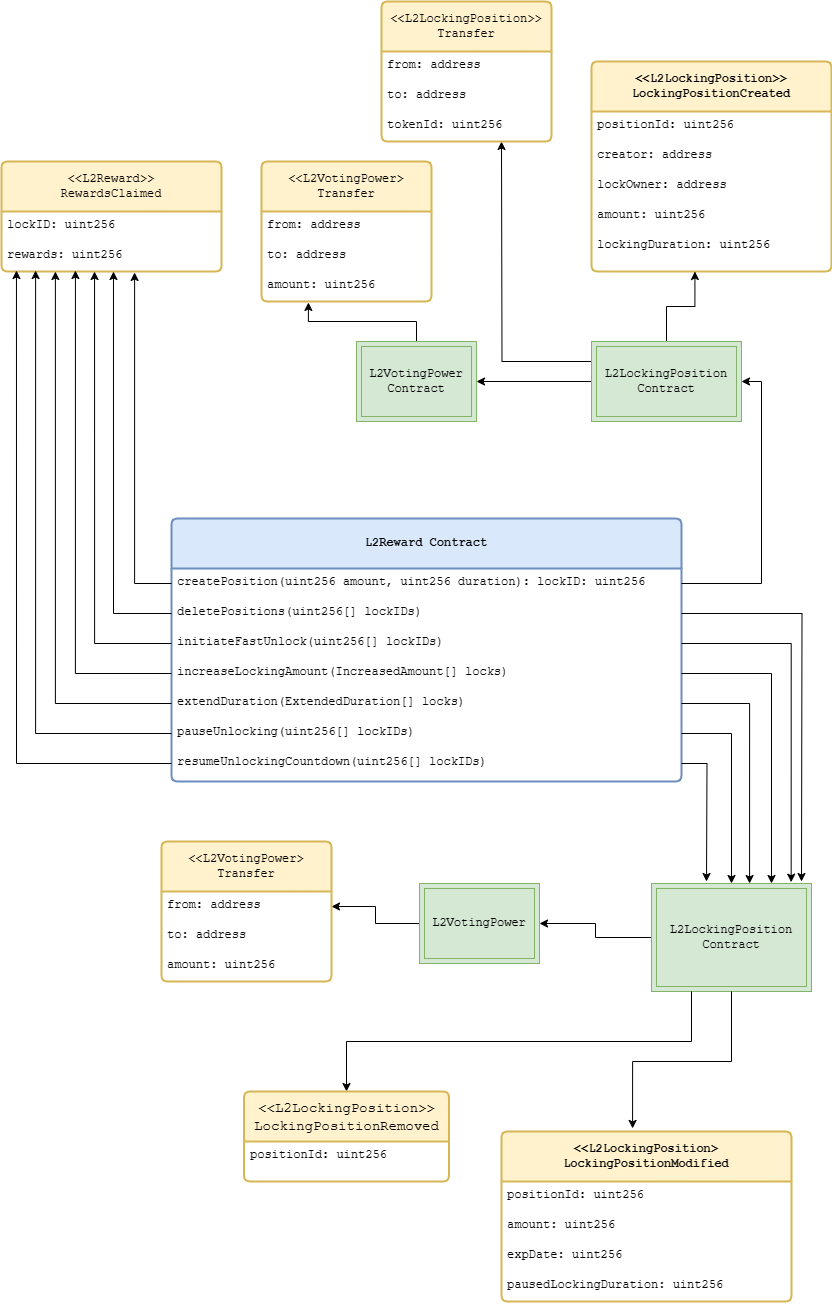
Earlier version of the draw.io export documentation/diagrams/l2reward_external_account_api_and_events.png (LiskHQ/lisk-contracts). Source tidied: cells renumbered, new cells last; positions are measured from the earlier drawing's top-left corner, leaving out a move shared by most shapes.
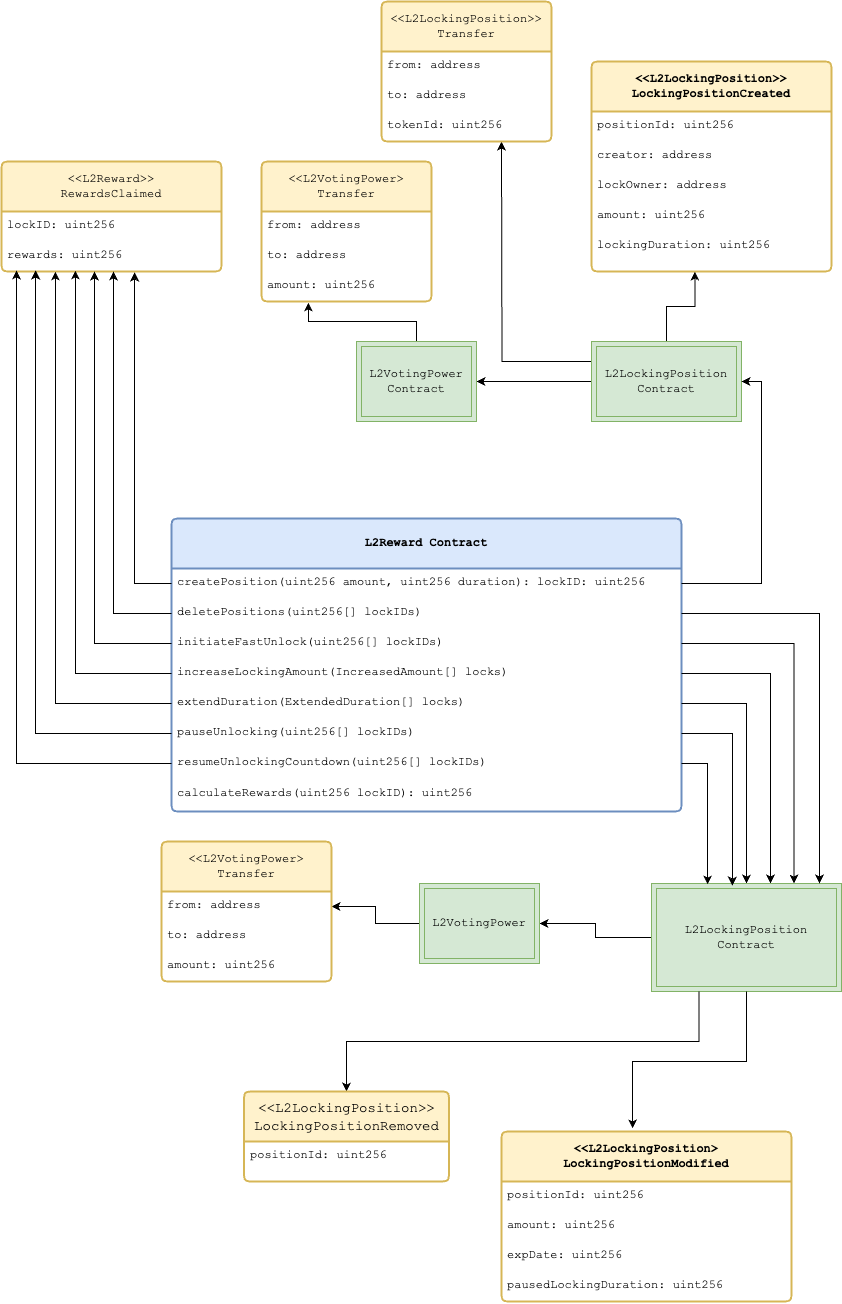
After the commit.

Commit message:
updates staking documentation and api diagram

The edit, as a diff of the source:
```diff
@@ -15,16 +15,11 @@
       <mxGeometry y="110" width="220" as="geometry" />
     </mxCell>
     <mxCell id="6" value="&lt;b style=&quot;font-size: 12px;&quot;&gt;L2Reward Contract&lt;/b&gt;" style="swimlane;horizontal=1;startSize=50;rounded=1;fontSize=12;fontStyle=0;strokeWidth=2;shadow=0;dashed=0;align=center;arcSize=4;whiteSpace=wrap;html=1;fillColor=#dae8fc;strokeColor=#6c8ebf;fontFamily=Courier New;labelBorderColor=none;" parent="1" vertex="1">
-      <mxGeometry x="170" y="517" width="510" height="263" as="geometry" />
+      <mxGeometry x="170" y="517" width="510" height="293" as="geometry" />
     </mxCell>
     <mxCell id="7" value="createPosition(uint256 amount, uint256 duration): lockID: uint256&lt;div style=&quot;font-size: 12px;&quot;&gt;&lt;br style=&quot;font-size: 12px;&quot;&gt;&lt;/div&gt;" style="text;strokeColor=none;fillColor=none;spacingLeft=4;spacingRight=4;overflow=hidden;points=[[0,0.5],[1,0.5]];portConstraint=eastwest;fontSize=12;whiteSpace=wrap;html=1;fontFamily=Courier New;" parent="6" vertex="1">
       <mxGeometry y="50" width="510" height="30" as="geometry" />
     </mxCell>
-    <mxCell id="8" style="edgeStyle=orthogonalEdgeStyle;rounded=0;jettySize=auto;html=1;" parent="6" edge="1" source="9">
-      <mxGeometry relative="1" as="geometry">
-        <mxPoint x="630" y="363" as="targetPoint" />
-      </mxGeometry>
-    </mxCell>
     <mxCell id="9" value="deletePositions(uint256[] lockIDs)" style="text;strokeColor=none;fillColor=none;spacingLeft=4;spacingRight=4;overflow=hidden;points=[[0,0.5],[1,0.5]];portConstraint=eastwest;fontSize=12;whiteSpace=wrap;html=1;fontFamily=Courier New;" parent="6" vertex="1">
       <mxGeometry y="80" width="510" height="30" as="geometry" />
     </mxCell>
@@ -43,8 +38,11 @@
     <mxCell id="14" value="resumeUnlockingCountdown(uint256[] lockIDs)" style="text;strokeColor=none;fillColor=none;spacingLeft=4;spacingRight=4;overflow=hidden;points=[[0,0.5],[1,0.5]];portConstraint=eastwest;fontSize=12;whiteSpace=wrap;html=1;fontFamily=Courier New;" parent="6" vertex="1">
       <mxGeometry y="230" width="510" height="30" as="geometry" />
     </mxCell>
+    <mxCell id="70" value="&lt;font face=&quot;Courier New&quot;&gt;calculateRewards(uint256 lockID): uint256&lt;/font&gt;" style="text;strokeColor=none;fillColor=none;spacingLeft=4;spacingRight=4;overflow=hidden;fontSize=12;whiteSpace=wrap;html=1;" parent="6" vertex="1">
+      <mxGeometry y="260" width="510" height="30" as="geometry" />
+    </mxCell>
     <mxCell id="15" style="shape=table;startSize=0;rowLines=0;fontStyle=0;align=center;strokeColor=none;fillColor=none;fontFamily=Courier New;fontSize=12;" parent="6" vertex="1">
-      <mxGeometry y="260" width="510" height="30" as="geometry" />
+      <mxGeometry y="290" width="510" height="3" as="geometry" />
     </mxCell>
     <mxCell id="16" style="shape=tableRow;horizontal=0;startSize=0;swimlaneHead=0;swimlaneBody=0;fillColor=none;top=0;left=0;right=0;bottom=0;fontFamily=Courier New;fontSize=12;" parent="15" vertex="1">
       <mxGeometry width="510" height="30" as="geometry" />
@@ -91,10 +89,10 @@
     <mxCell id="30" value="pausedLockingDuration: uint256" style="text;strokeColor=none;fillColor=none;spacingLeft=4;spacingRight=4;overflow=hidden;fontSize=12;whiteSpace=wrap;html=1;fontFamily=Courier New;" parent="26" vertex="1">
       <mxGeometry y="140" width="290" height="30" as="geometry" />
     </mxCell>
-    <mxCell id="31" style="edgeStyle=orthogonalEdgeStyle;rounded=0;jettySize=auto;html=1;fontFamily=Courier New;entryX=0.75;entryY=0;entryDx=0;entryDy=0;" parent="1" edge="1" source="11" target="47">
+    <mxCell id="31" style="edgeStyle=orthogonalEdgeStyle;rounded=0;jettySize=auto;html=1;fontFamily=Courier New;entryX=0.626;entryY=0;entryDx=0;entryDy=0;entryPerimeter=0;" parent="1" edge="1" source="11" target="47">
       <mxGeometry relative="1" as="geometry" />
     </mxCell>
-    <mxCell id="32" style="edgeStyle=orthogonalEdgeStyle;rounded=0;jettySize=auto;html=1;fontFamily=Courier New;entryX=0.613;entryY=0;entryDx=0;entryDy=0;entryPerimeter=0;" parent="1" edge="1" source="12" target="47">
+    <mxCell id="32" style="edgeStyle=orthogonalEdgeStyle;rounded=0;jettySize=auto;html=1;fontFamily=Courier New;entryX=0.5;entryY=0;entryDx=0;entryDy=0;" parent="1" edge="1" source="12" target="47">
       <mxGeometry relative="1" as="geometry" />
     </mxCell>
     <mxCell id="33" style="edgeStyle=orthogonalEdgeStyle;rounded=0;jettySize=auto;html=1;fontFamily=Courier New;fontSize=12;entryX=0.155;entryY=0.967;entryDx=0;entryDy=0;entryPerimeter=0;" parent="1" edge="1" source="13" target="4">
@@ -142,7 +140,7 @@
       <mxGeometry relative="1" as="geometry" />
     </mxCell>
     <mxCell id="47" value="&lt;span style=&quot;font-weight: normal;&quot;&gt;L2LockingPosition&lt;/span&gt;&lt;div&gt;&lt;span style=&quot;font-weight: normal;&quot;&gt;Contract&lt;/span&gt;&lt;/div&gt;" style="shape=ext;margin=3;double=1;whiteSpace=wrap;html=1;align=center;fontFamily=Courier New;fontSize=12;fontStyle=1;fillColor=#d5e8d4;strokeColor=#82b366;" parent="1" vertex="1">
-      <mxGeometry x="650" y="882" width="160" height="108" as="geometry" />
+      <mxGeometry x="650" y="882" width="190" height="108" as="geometry" />
     </mxCell>
     <mxCell id="48" style="edgeStyle=orthogonalEdgeStyle;rounded=0;jettySize=auto;html=1;entryX=0.452;entryY=-0.018;entryDx=0;entryDy=0;entryPerimeter=0;fontFamily=Courier New;" parent="1" edge="1" source="47" target="26">
       <mxGeometry relative="1" as="geometry" />
@@ -180,16 +178,14 @@
     <mxCell id="59" value="tokenId: uint256" style="text;strokeColor=none;fillColor=none;spacingLeft=4;spacingRight=4;overflow=hidden;fontSize=12;whiteSpace=wrap;html=1;fontFamily=Courier New;" parent="56" vertex="1">
       <mxGeometry y="110" width="170" height="30" as="geometry" />
     </mxCell>
-    <mxCell id="60" style="edgeStyle=orthogonalEdgeStyle;rounded=0;jettySize=auto;html=1;entryX=0.873;entryY=-0.012;entryDx=0;entryDy=0;entryPerimeter=0;" parent="1" edge="1" source="10" target="47">
+    <mxCell id="60" style="edgeStyle=orthogonalEdgeStyle;rounded=0;jettySize=auto;html=1;entryX=0.75;entryY=0;entryDx=0;entryDy=0;" parent="1" edge="1" source="10" target="47">
       <mxGeometry relative="1" as="geometry" />
     </mxCell>
-    <mxCell id="61" style="edgeStyle=orthogonalEdgeStyle;rounded=0;jettySize=auto;html=1;entryX=0.5;entryY=0;entryDx=0;entryDy=0;" parent="1" edge="1" source="13" target="47">
+    <mxCell id="61" style="edgeStyle=orthogonalEdgeStyle;rounded=0;jettySize=auto;html=1;entryX=0.426;entryY=0.019;entryDx=0;entryDy=0;entryPerimeter=0;" parent="1" edge="1" source="13" target="47">
       <mxGeometry relative="1" as="geometry" />
     </mxCell>
-    <mxCell id="62" style="edgeStyle=orthogonalEdgeStyle;rounded=0;jettySize=auto;html=1;" parent="1" edge="1" source="14">
-      <mxGeometry relative="1" as="geometry">
-        <mxPoint x="705" y="880" as="targetPoint" />
-      </mxGeometry>
+    <mxCell id="62" style="edgeStyle=orthogonalEdgeStyle;rounded=0;jettySize=auto;html=1;entryX=0.295;entryY=0.009;entryDx=0;entryDy=0;entryPerimeter=0;" parent="1" edge="1" source="14" target="47">
+      <mxGeometry relative="1" as="geometry" />
     </mxCell>
     <mxCell id="63" style="edgeStyle=orthogonalEdgeStyle;rounded=0;jettySize=auto;html=1;entryX=0.245;entryY=1;entryDx=0;entryDy=0;entryPerimeter=0;" parent="1" edge="1" source="12" target="4">
       <mxGeometry relative="1" as="geometry" />
@@ -212,5 +208,8 @@
     <mxCell id="69" value="positionId: uint256" style="text;strokeColor=none;fillColor=none;spacingLeft=4;spacingRight=4;overflow=hidden;fontSize=12;whiteSpace=wrap;html=1;fontFamily=Courier New;" parent="68" vertex="1">
       <mxGeometry y="50" width="205" height="40" as="geometry" />
     </mxCell>
+    <mxCell id="71" style="edgeStyle=orthogonalEdgeStyle;rounded=0;jettySize=auto;html=1;entryX=0.884;entryY=0;entryDx=0;entryDy=0;entryPerimeter=0;" parent="1" edge="1" source="9" target="47">
+      <mxGeometry relative="1" as="geometry" />
+    </mxCell>
   </root>
 </mxGraphModel>
```
